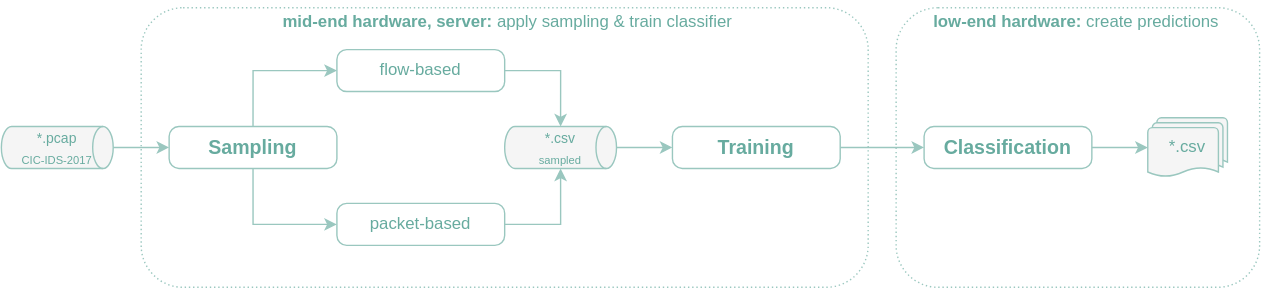
The draw.io diagram docs/images/SuperficialDiagram.svg in realnerdc0re/BSc-e1027075, before a commit. Source tidied: cells renumbered, new cells last; positions are measured from the earlier drawing's top-left corner, leaving out a move shared by most shapes.
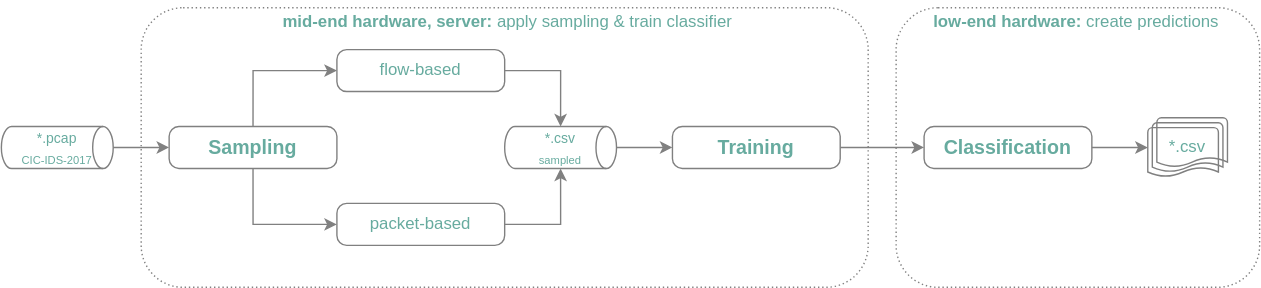
The same diagram one commit later.

Change to the diagram source:
```diff
@@ -2,58 +2,58 @@
   <root>
     <mxCell id="0" />
     <mxCell id="1" parent="0" />
-    <mxCell id="2" style="rounded=1;whiteSpace=wrap;html=1;dashed=1;labelBackgroundColor=none;strokeWidth=1;fontColor=#000000;fillColor=none;dashPattern=1 2;strokeColor=#9AC7BF;" parent="1" vertex="1">
+    <mxCell id="2" style="rounded=1;whiteSpace=wrap;html=1;dashed=1;labelBackgroundColor=none;strokeWidth=1;fontColor=#000000;fillColor=none;dashPattern=1 2;strokeColor=#808080;" parent="1" vertex="1">
       <mxGeometry x="640" y="5" width="260" height="200" as="geometry" />
     </mxCell>
-    <mxCell id="3" style="rounded=1;whiteSpace=wrap;html=1;dashed=1;labelBackgroundColor=none;strokeWidth=1;fontColor=#000000;fillColor=none;dashPattern=1 2;strokeColor=#9AC7BF;" parent="1" vertex="1">
+    <mxCell id="3" style="rounded=1;whiteSpace=wrap;html=1;dashed=1;labelBackgroundColor=none;strokeWidth=1;fontColor=#000000;fillColor=none;dashPattern=1 2;strokeColor=#808080;" parent="1" vertex="1">
       <mxGeometry x="100" y="5" width="520" height="200" as="geometry" />
     </mxCell>
-    <mxCell id="4" style="edgeStyle=orthogonalEdgeStyle;rounded=0;jettySize=auto;html=1;strokeColor=#9AC7BF;" parent="1" edge="1" source="5" target="8">
+    <mxCell id="4" style="edgeStyle=orthogonalEdgeStyle;rounded=0;jettySize=auto;html=1;strokeColor=#808080;" parent="1" edge="1" source="5" target="8">
       <mxGeometry relative="1" as="geometry" />
     </mxCell>
-    <mxCell id="5" value="&lt;font&gt;&lt;span style=&quot;font-size: 10px&quot;&gt;*.pcap&lt;/span&gt;&lt;br&gt;&lt;font style=&quot;font-size: 8px&quot;&gt;CIC-IDS-2017&lt;/font&gt;&lt;/font&gt;" style="strokeWidth=1;html=1;shape=mxgraph.flowchart.direct_data;whiteSpace=wrap;fillColor=#f5f5f5;strokeColor=#9AC7BF;fontColor=#67AB9F;" parent="1" vertex="1">
+    <mxCell id="5" value="&lt;font&gt;&lt;span style=&quot;font-size: 10px&quot;&gt;*.pcap&lt;/span&gt;&lt;br&gt;&lt;font style=&quot;font-size: 8px&quot;&gt;CIC-IDS-2017&lt;/font&gt;&lt;/font&gt;" style="strokeWidth=1;html=1;shape=mxgraph.flowchart.direct_data;whiteSpace=wrap;fontColor=#67AB9F;fillColor=none;strokeColor=#808080;" parent="1" vertex="1">
       <mxGeometry y="90" width="80" height="30" as="geometry" />
     </mxCell>
-    <mxCell id="6" style="edgeStyle=orthogonalEdgeStyle;rounded=0;jettySize=auto;html=1;exitX=0.5;exitY=0;exitDx=0;exitDy=0;entryX=0;entryY=0.5;entryDx=0;entryDy=0;strokeColor=#9AC7BF;" parent="1" edge="1" source="8" target="10">
+    <mxCell id="6" style="edgeStyle=orthogonalEdgeStyle;rounded=0;jettySize=auto;html=1;exitX=0.5;exitY=0;exitDx=0;exitDy=0;entryX=0;entryY=0.5;entryDx=0;entryDy=0;strokeColor=#808080;" parent="1" edge="1" source="8" target="10">
       <mxGeometry relative="1" as="geometry" />
     </mxCell>
-    <mxCell id="7" style="edgeStyle=orthogonalEdgeStyle;rounded=0;jettySize=auto;html=1;exitX=0.5;exitY=1;exitDx=0;exitDy=0;entryX=0;entryY=0.5;entryDx=0;entryDy=0;strokeColor=#9AC7BF;" parent="1" edge="1" source="8" target="12">
+    <mxCell id="7" style="edgeStyle=orthogonalEdgeStyle;rounded=0;jettySize=auto;html=1;exitX=0.5;exitY=1;exitDx=0;exitDy=0;entryX=0;entryY=0.5;entryDx=0;entryDy=0;strokeColor=#808080;" parent="1" edge="1" source="8" target="12">
       <mxGeometry relative="1" as="geometry" />
     </mxCell>
-    <mxCell id="8" value="&lt;b style=&quot;font-size: 11px&quot;&gt;&lt;font style=&quot;font-size: 11px&quot;&gt;&lt;span style=&quot;font-size: 14px&quot;&gt;Sampling&lt;br&gt;&lt;/span&gt;&lt;/font&gt;&lt;/b&gt;" style="rounded=1;whiteSpace=wrap;html=1;absoluteArcSize=1;arcSize=14;strokeWidth=1;align=center;strokeColor=#9AC7BF;fontColor=#67AB9F;fillColor=none;" parent="1" vertex="1">
+    <mxCell id="8" value="&lt;b style=&quot;font-size: 11px&quot;&gt;&lt;font style=&quot;font-size: 11px&quot;&gt;&lt;span style=&quot;font-size: 14px&quot;&gt;Sampling&lt;br&gt;&lt;/span&gt;&lt;/font&gt;&lt;/b&gt;" style="rounded=1;whiteSpace=wrap;html=1;absoluteArcSize=1;arcSize=14;strokeWidth=1;align=center;fontColor=#67AB9F;fillColor=none;strokeColor=#808080;" parent="1" vertex="1">
       <mxGeometry x="120" y="90" width="120" height="30" as="geometry" />
     </mxCell>
-    <mxCell id="9" style="edgeStyle=orthogonalEdgeStyle;rounded=0;jettySize=auto;html=1;entryX=0.5;entryY=0;entryDx=0;entryDy=0;entryPerimeter=0;exitX=1;exitY=0.5;exitDx=0;exitDy=0;strokeColor=#9AC7BF;" parent="1" edge="1" source="10" target="14">
+    <mxCell id="9" style="edgeStyle=orthogonalEdgeStyle;rounded=0;jettySize=auto;html=1;entryX=0.5;entryY=0;entryDx=0;entryDy=0;entryPerimeter=0;exitX=1;exitY=0.5;exitDx=0;exitDy=0;strokeColor=#808080;" parent="1" edge="1" source="10" target="14">
       <mxGeometry relative="1" as="geometry" />
     </mxCell>
-    <mxCell id="10" value="&lt;span style=&quot;font-size: 12px;&quot;&gt;&lt;font style=&quot;font-size: 12px;&quot;&gt;&lt;span style=&quot;font-size: 12px;&quot;&gt;flow-based&lt;br style=&quot;font-size: 12px;&quot;&gt;&lt;/span&gt;&lt;/font&gt;&lt;/span&gt;" style="rounded=1;whiteSpace=wrap;html=1;absoluteArcSize=1;arcSize=14;strokeWidth=1;align=center;fontSize=12;fontStyle=0;strokeColor=#9AC7BF;fontColor=#67AB9F;fillColor=none;" parent="1" vertex="1">
+    <mxCell id="10" value="&lt;span style=&quot;font-size: 12px;&quot;&gt;&lt;font style=&quot;font-size: 12px;&quot;&gt;&lt;span style=&quot;font-size: 12px;&quot;&gt;flow-based&lt;br style=&quot;font-size: 12px;&quot;&gt;&lt;/span&gt;&lt;/font&gt;&lt;/span&gt;" style="rounded=1;whiteSpace=wrap;html=1;absoluteArcSize=1;arcSize=14;strokeWidth=1;align=center;fontSize=12;fontStyle=0;fontColor=#67AB9F;fillColor=none;strokeColor=#808080;" parent="1" vertex="1">
       <mxGeometry x="240" y="35" width="120" height="30" as="geometry" />
     </mxCell>
-    <mxCell id="11" style="edgeStyle=orthogonalEdgeStyle;rounded=0;jettySize=auto;html=1;entryX=0.5;entryY=1;entryDx=0;entryDy=0;entryPerimeter=0;exitX=1;exitY=0.5;exitDx=0;exitDy=0;strokeColor=#9AC7BF;" parent="1" edge="1" source="12" target="14">
+    <mxCell id="11" style="edgeStyle=orthogonalEdgeStyle;rounded=0;jettySize=auto;html=1;entryX=0.5;entryY=1;entryDx=0;entryDy=0;entryPerimeter=0;exitX=1;exitY=0.5;exitDx=0;exitDy=0;strokeColor=#808080;" parent="1" edge="1" source="12" target="14">
       <mxGeometry relative="1" as="geometry" />
     </mxCell>
-    <mxCell id="12" value="&lt;span style=&quot;font-size: 12px;&quot;&gt;&lt;font style=&quot;font-size: 12px;&quot;&gt;&lt;span style=&quot;font-size: 12px;&quot;&gt;packet-based&lt;br style=&quot;font-size: 12px;&quot;&gt;&lt;/span&gt;&lt;/font&gt;&lt;/span&gt;" style="rounded=1;whiteSpace=wrap;html=1;absoluteArcSize=1;arcSize=14;strokeWidth=1;align=center;fontSize=12;fontStyle=0;strokeColor=#9AC7BF;fontColor=#67AB9F;fillColor=none;" parent="1" vertex="1">
+    <mxCell id="12" value="&lt;span style=&quot;font-size: 12px;&quot;&gt;&lt;font style=&quot;font-size: 12px;&quot;&gt;&lt;span style=&quot;font-size: 12px;&quot;&gt;packet-based&lt;br style=&quot;font-size: 12px;&quot;&gt;&lt;/span&gt;&lt;/font&gt;&lt;/span&gt;" style="rounded=1;whiteSpace=wrap;html=1;absoluteArcSize=1;arcSize=14;strokeWidth=1;align=center;fontSize=12;fontStyle=0;fontColor=#67AB9F;fillColor=none;strokeColor=#808080;" parent="1" vertex="1">
       <mxGeometry x="240" y="145" width="120" height="30" as="geometry" />
     </mxCell>
-    <mxCell id="13" style="edgeStyle=orthogonalEdgeStyle;rounded=0;jettySize=auto;html=1;strokeColor=#9AC7BF;" parent="1" edge="1" source="14" target="16">
+    <mxCell id="13" style="edgeStyle=orthogonalEdgeStyle;rounded=0;jettySize=auto;html=1;strokeColor=#808080;" parent="1" edge="1" source="14" target="16">
       <mxGeometry relative="1" as="geometry" />
     </mxCell>
-    <mxCell id="14" value="&lt;font&gt;&lt;font style=&quot;font-size: 10px&quot;&gt;*.csv&lt;br&gt;&lt;/font&gt;&lt;font style=&quot;font-size: 8px&quot;&gt;sampled&lt;br&gt;&lt;/font&gt;&lt;/font&gt;" style="strokeWidth=1;html=1;shape=mxgraph.flowchart.direct_data;whiteSpace=wrap;fillColor=#f5f5f5;strokeColor=#9AC7BF;fontColor=#67AB9F;" parent="1" vertex="1">
+    <mxCell id="14" value="&lt;font&gt;&lt;font style=&quot;font-size: 10px&quot;&gt;*.csv&lt;br&gt;&lt;/font&gt;&lt;font style=&quot;font-size: 8px&quot;&gt;sampled&lt;br&gt;&lt;/font&gt;&lt;/font&gt;" style="strokeWidth=1;html=1;shape=mxgraph.flowchart.direct_data;whiteSpace=wrap;fontColor=#67AB9F;fillColor=none;strokeColor=#808080;" parent="1" vertex="1">
       <mxGeometry x="360" y="90" width="80" height="30" as="geometry" />
     </mxCell>
-    <mxCell id="15" style="edgeStyle=orthogonalEdgeStyle;rounded=0;jettySize=auto;html=1;strokeColor=#9AC7BF;" parent="1" edge="1" source="16" target="18">
+    <mxCell id="15" style="edgeStyle=orthogonalEdgeStyle;rounded=0;jettySize=auto;html=1;strokeColor=#808080;" parent="1" edge="1" source="16" target="18">
       <mxGeometry relative="1" as="geometry" />
     </mxCell>
-    <mxCell id="16" value="&lt;b style=&quot;font-size: 11px&quot;&gt;&lt;font style=&quot;font-size: 11px&quot;&gt;&lt;span style=&quot;font-size: 14px&quot;&gt;Training&lt;br&gt;&lt;/span&gt;&lt;/font&gt;&lt;/b&gt;" style="rounded=1;whiteSpace=wrap;html=1;absoluteArcSize=1;arcSize=14;strokeWidth=1;align=center;strokeColor=#9AC7BF;fontColor=#67AB9F;fillColor=none;" parent="1" vertex="1">
+    <mxCell id="16" value="&lt;b style=&quot;font-size: 11px&quot;&gt;&lt;font style=&quot;font-size: 11px&quot;&gt;&lt;span style=&quot;font-size: 14px&quot;&gt;Training&lt;br&gt;&lt;/span&gt;&lt;/font&gt;&lt;/b&gt;" style="rounded=1;whiteSpace=wrap;html=1;absoluteArcSize=1;arcSize=14;strokeWidth=1;align=center;fontColor=#67AB9F;fillColor=none;strokeColor=#808080;" parent="1" vertex="1">
       <mxGeometry x="480" y="90" width="120" height="30" as="geometry" />
     </mxCell>
-    <mxCell id="17" style="edgeStyle=orthogonalEdgeStyle;rounded=0;jettySize=auto;html=1;strokeColor=#9AC7BF;" parent="1" edge="1" source="18" target="19">
+    <mxCell id="17" style="edgeStyle=orthogonalEdgeStyle;rounded=0;jettySize=auto;html=1;strokeColor=#808080;" parent="1" edge="1" source="18" target="19">
       <mxGeometry relative="1" as="geometry" />
     </mxCell>
-    <mxCell id="18" value="&lt;b style=&quot;font-size: 11px&quot;&gt;&lt;font style=&quot;font-size: 11px&quot;&gt;&lt;span style=&quot;font-size: 14px&quot;&gt;Classification&lt;br&gt;&lt;/span&gt;&lt;/font&gt;&lt;/b&gt;" style="rounded=1;whiteSpace=wrap;html=1;absoluteArcSize=1;arcSize=14;strokeWidth=1;align=center;strokeColor=#9AC7BF;fontColor=#67AB9F;fillColor=none;" parent="1" vertex="1">
+    <mxCell id="18" value="&lt;b style=&quot;font-size: 11px&quot;&gt;&lt;font style=&quot;font-size: 11px&quot;&gt;&lt;span style=&quot;font-size: 14px&quot;&gt;Classification&lt;br&gt;&lt;/span&gt;&lt;/font&gt;&lt;/b&gt;" style="rounded=1;whiteSpace=wrap;html=1;absoluteArcSize=1;arcSize=14;strokeWidth=1;align=center;fontColor=#67AB9F;fillColor=none;strokeColor=#808080;" parent="1" vertex="1">
       <mxGeometry x="660" y="90" width="120" height="30" as="geometry" />
     </mxCell>
-    <mxCell id="19" value="*.csv" style="strokeWidth=1;html=1;shape=mxgraph.flowchart.multi-document;whiteSpace=wrap;labelBackgroundColor=none;fillColor=#f5f5f5;strokeColor=#9AC7BF;fontColor=#67AB9F;" parent="1" vertex="1">
+    <mxCell id="19" value="*.csv" style="strokeWidth=1;html=1;shape=mxgraph.flowchart.multi-document;whiteSpace=wrap;labelBackgroundColor=none;fontColor=#67AB9F;fillColor=none;strokeColor=#808080;" parent="1" vertex="1">
       <mxGeometry x="820" y="83.8" width="57" height="42.5" as="geometry" />
     </mxCell>
     <mxCell id="20" value="&lt;b&gt;mid-end hardware, server:&amp;nbsp;&lt;/b&gt;apply sampling &amp;amp; train classifier" style="text;html=1;fillColor=none;align=right;verticalAlign=middle;whiteSpace=wrap;rounded=0;dashed=1;dashPattern=1 1;fontColor=#67AB9F;" parent="1" vertex="1">
```
